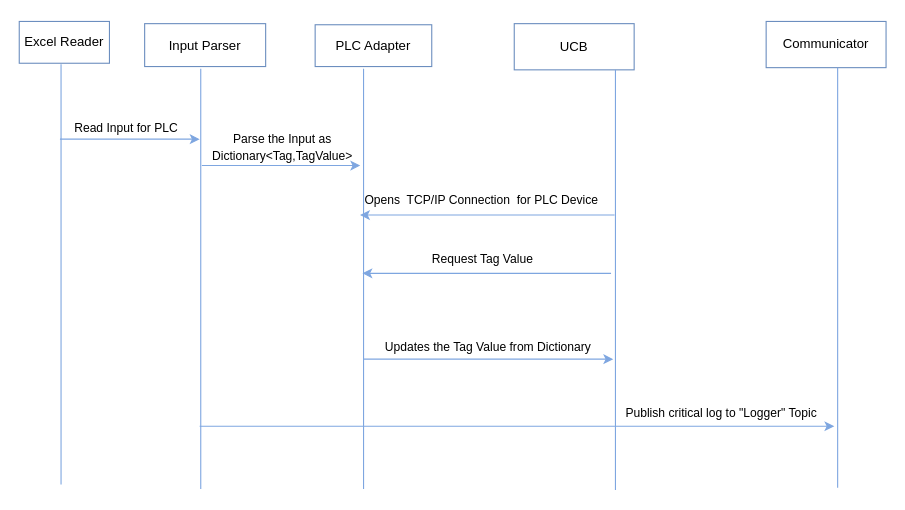
The draw.io diagram Untitled Diagram.drawio in srawat19/Steris-Project, before the edit. Source tidied: cells renumbered, new cells numbered last; positions are measured from the earlier drawing's top-left corner, leaving out a move shared by most shapes. Both pictures are drawn from the tidied source at 110%, with x=0, y=0 at pixel (19, 21).
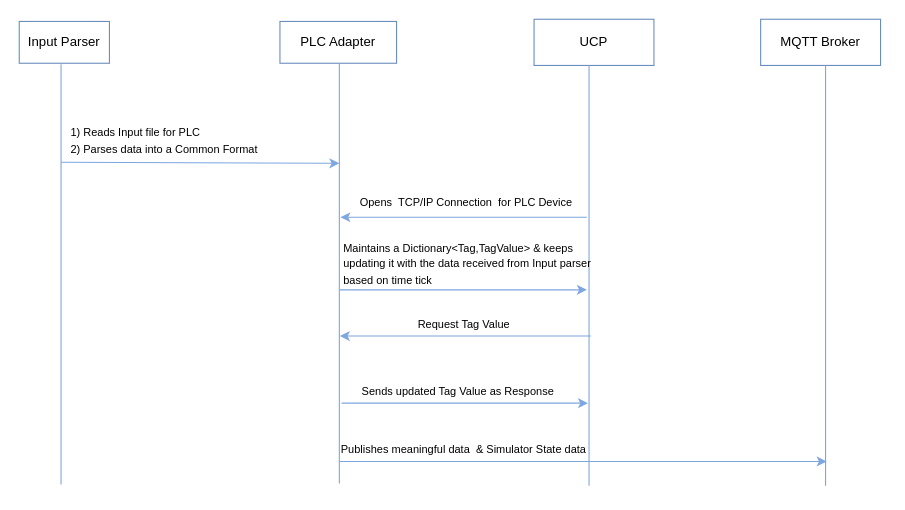
The same diagram, later.

Commit message:
New PLC Sequence Diagram.drawio

The edit, as a diff of the source:
```diff
@@
-    <mxCell id="2" value="Excel Reader" style="rounded=0;whiteSpace=wrap;html=1;fillColor=none;strokeColor=#6c8ebf;" parent="1" vertex="1">
+    <mxCell id="2" value="Input Parser" style="rounded=0;whiteSpace=wrap;html=1;fillColor=none;strokeColor=#6c8ebf;" parent="1" vertex="1">
       <mxGeometry width="82" height="38" as="geometry" />
     </mxCell>
-    <mxCell id="3" value="Input Parser" style="rounded=0;whiteSpace=wrap;html=1;fillColor=none;strokeColor=#6c8ebf;" parent="1" vertex="1">
-      <mxGeometry x="114" y="2" width="110" height="39" as="geometry" />
-    </mxCell>
     <mxCell id="4" value="PLC Adapter" style="rounded=0;whiteSpace=wrap;html=1;fillColor=none;strokeColor=#6c8ebf;" parent="1" vertex="1">
-      <mxGeometry x="269" y="3" width="106" height="38" as="geometry" />
+      <mxGeometry x="237" width="106" height="38" as="geometry" />
     </mxCell>
-    <mxCell id="5" value="UCB" style="rounded=0;whiteSpace=wrap;html=1;fillColor=none;strokeColor=#6c8ebf;" parent="1" vertex="1">
-      <mxGeometry x="450" y="2" width="109" height="42" as="geometry" />
+    <mxCell id="5" value="UCP" style="rounded=0;whiteSpace=wrap;html=1;fillColor=none;strokeColor=#6c8ebf;" parent="1" vertex="1">
+      <mxGeometry x="468" y="-2" width="109" height="42" as="geometry" />
     </mxCell>
@@
-    <mxCell id="7" style="endArrow=none;html=1;fontStyle=1;strokeColor=#7EA6E0;" parent="1" edge="1">
-      <mxGeometry relative="1" as="geometry">
-        <mxPoint x="165" y="425" as="sourcePoint" />
-        <mxPoint x="165" y="43" as="targetPoint" />
-      </mxGeometry>
-    </mxCell>
-    <mxCell id="8" style="endArrow=classic;html=1;strokeColor=#7EA6E0;" parent="1" edge="1">
-      <mxGeometry relative="1" as="geometry">
-        <mxPoint x="37" y="107" as="sourcePoint" />
-        <mxPoint x="164" y="107" as="targetPoint" />
-      </mxGeometry>
-    </mxCell>
-    <mxCell id="9" value="&lt;font style=&quot;font-size: 11px&quot;&gt;Read Input for PLC&lt;/font&gt;" style="text;html=1;align=center;verticalAlign=middle;" parent="1" vertex="1">
-      <mxGeometry x="45" y="88" width="104" height="18" as="geometry" />
-    </mxCell>
-    <mxCell id="10" style="endArrow=classic;html=1;strokeColor=#7EA6E0;" parent="1" edge="1">
-      <mxGeometry relative="1" as="geometry">
-        <mxPoint x="166" y="131" as="sourcePoint" />
-        <mxPoint x="310" y="131" as="targetPoint" />
-      </mxGeometry>
-    </mxCell>
-    <mxCell id="11" value="&lt;font style=&quot;font-size: 11px&quot;&gt;Parse the Input as&lt;br&gt;Dictionary&amp;lt;Tag,TagValue&amp;gt;&lt;/font&gt;" style="text;html=1;align=center;verticalAlign=middle;" parent="1" vertex="1">
-      <mxGeometry x="170" y="98" width="138" height="32" as="geometry" />
-    </mxCell>
     <mxCell id="12" style="endArrow=none;html=1;fontStyle=1;strokeColor=#7EA6E0;" parent="1" edge="1">
       <mxGeometry relative="1" as="geometry">
-        <mxPoint x="313" y="425" as="sourcePoint" />
-        <mxPoint x="313" y="43" as="targetPoint" />
+        <mxPoint x="291" y="420" as="sourcePoint" />
+        <mxPoint x="291" y="38" as="targetPoint" />
       </mxGeometry>
     </mxCell>
     <mxCell id="13" style="endArrow=classic;html=1;strokeColor=#7EA6E0;" parent="1" edge="1">
       <mxGeometry relative="1" as="geometry">
-        <mxPoint x="541.2" y="176" as="sourcePoint" />
-        <mxPoint x="309.8" y="176" as="targetPoint" />
+        <mxPoint x="516" y="178" as="sourcePoint" />
+        <mxPoint x="292" y="178" as="targetPoint" />
       </mxGeometry>
     </mxCell>
-    <mxCell id="14" value="&lt;font&gt;&lt;font style=&quot;font-size: 11px&quot;&gt;Opens&amp;nbsp; TCP/IP Connection&amp;nbsp; for PLC Device&lt;/font&gt;&lt;br&gt;&lt;/font&gt;" style="text;html=1;align=center;verticalAlign=middle;" parent="1" vertex="1">
-      <mxGeometry x="309" y="153" width="222" height="18" as="geometry" />
+    <mxCell id="14" value="&lt;font&gt;&lt;font style=&quot;font-size: 10px&quot;&gt;Opens&amp;nbsp; TCP/IP Connection&amp;nbsp; for PLC Device&lt;/font&gt;&lt;br&gt;&lt;/font&gt;" style="text;html=1;align=center;verticalAlign=middle;" parent="1" vertex="1">
+      <mxGeometry x="304" y="155" width="203" height="18" as="geometry" />
     </mxCell>
     <mxCell id="15" style="endArrow=none;html=1;fontStyle=1;strokeColor=#7EA6E0;" parent="1" edge="1">
       <mxGeometry relative="1" as="geometry">
-        <mxPoint x="542" y="426" as="sourcePoint" />
-        <mxPoint x="542" y="44" as="targetPoint" />
+        <mxPoint x="518" y="422" as="sourcePoint" />
+        <mxPoint x="518" y="40" as="targetPoint" />
       </mxGeometry>
     </mxCell>
     <mxCell id="16" style="endArrow=classic;html=1;strokeColor=#7EA6E0;" parent="1" edge="1">
       <mxGeometry relative="1" as="geometry">
-        <mxPoint x="538" y="229" as="sourcePoint" />
-        <mxPoint x="312" y="229" as="targetPoint" />
+        <mxPoint x="519.5" y="286" as="sourcePoint" />
+        <mxPoint x="291.5" y="286" as="targetPoint" />
       </mxGeometry>
     </mxCell>
-    <mxCell id="17" value="&lt;font style=&quot;font-size: 11px&quot;&gt;Request Tag Value&lt;/font&gt;" style="text;html=1;align=center;verticalAlign=middle;" parent="1" vertex="1">
-      <mxGeometry x="369.5" y="207" width="102" height="18" as="geometry" />
+    <mxCell id="17" value="&lt;font style=&quot;font-size: 10px&quot;&gt;Request Tag Value&lt;/font&gt;" style="text;html=1;align=center;verticalAlign=middle;" parent="1" vertex="1">
+      <mxGeometry x="357" y="266" width="93" height="18" as="geometry" />
     </mxCell>
     <mxCell id="18" style="endArrow=classic;html=1;strokeColor=#7EA6E0;" parent="1" edge="1">
       <mxGeometry relative="1" as="geometry">
-        <mxPoint x="313" y="307" as="sourcePoint" />
-        <mxPoint x="540" y="307" as="targetPoint" />
+        <mxPoint x="293" y="347" as="sourcePoint" />
+        <mxPoint x="517" y="347" as="targetPoint" />
       </mxGeometry>
     </mxCell>
-    <mxCell id="19" value="&lt;font style=&quot;font-size: 11px&quot;&gt;Updates the Tag Value from Dictionary&lt;/font&gt;" style="text;html=1;align=center;verticalAlign=middle;" parent="1" vertex="1">
-      <mxGeometry x="327" y="287" width="197" height="18" as="geometry" />
+    <mxCell id="19" value="&lt;font style=&quot;font-size: 10px&quot;&gt;Sends updated Tag Value as Response&amp;nbsp;&lt;/font&gt;" style="text;html=1;align=center;verticalAlign=middle;" parent="1" vertex="1">
+      <mxGeometry x="306.5" y="327" width="187" height="18" as="geometry" />
     </mxCell>
-    <mxCell id="20" value="Communicator" style="rounded=0;whiteSpace=wrap;html=1;fillColor=none;strokeColor=#6c8ebf;" parent="1" vertex="1">
-      <mxGeometry x="679" width="109" height="42" as="geometry" />
+    <mxCell id="20" value="MQTT Broker" style="rounded=0;whiteSpace=wrap;html=1;fillColor=none;strokeColor=#6c8ebf;" parent="1" vertex="1">
+      <mxGeometry x="674" y="-2" width="109" height="42" as="geometry" />
     </mxCell>
     <mxCell id="21" style="endArrow=none;html=1;fontStyle=1;strokeColor=#7EA6E0;" parent="1" edge="1">
       <mxGeometry relative="1" as="geometry">
-        <mxPoint x="744" y="424" as="sourcePoint" />
-        <mxPoint x="744" y="42" as="targetPoint" />
+        <mxPoint x="733" y="422" as="sourcePoint" />
+        <mxPoint x="733" y="40" as="targetPoint" />
       </mxGeometry>
     </mxCell>
-    <mxCell id="22" style="endArrow=classic;html=1;strokeColor=#7EA6E0;" parent="1" edge="1">
-      <mxGeometry relative="1" as="geometry">
-        <mxPoint x="164" y="368" as="sourcePoint" />
-        <mxPoint x="741" y="368" as="targetPoint" />
-      </mxGeometry>
-    </mxCell>
-    <mxCell id="23" value="&lt;font style=&quot;font-size: 11px&quot;&gt;Publish critical log to &quot;Logger&quot; Topic&lt;/font&gt;" style="text;html=1;align=center;verticalAlign=middle;" parent="1" vertex="1">
-      <mxGeometry x="546" y="347" width="184" height="18" as="geometry" />
-    </mxCell>
+    <mxCell id="24" style="endArrow=classic;html=1;strokeColor=#7EA6E0;" parent="1" edge="1">
+      <mxGeometry relative="1" as="geometry">
+        <mxPoint x="291" y="400" as="sourcePoint" />
+        <mxPoint x="734" y="400" as="targetPoint" />
+      </mxGeometry>
+    </mxCell>
+    <mxCell id="25" style="endArrow=classic;html=1;strokeColor=#7EA6E0;" parent="1" edge="1">
+      <mxGeometry relative="1" as="geometry">
+        <mxPoint x="38" y="128" as="sourcePoint" />
+        <mxPoint x="291" y="129" as="targetPoint" />
+      </mxGeometry>
+    </mxCell>
+    <mxCell id="26" value="&lt;font style=&quot;font-size: 10px&quot;&gt;1) Reads Input file for PLC&amp;nbsp; &amp;nbsp; &amp;nbsp; &amp;nbsp; &amp;nbsp; &amp;nbsp; &amp;nbsp; &amp;nbsp; &amp;nbsp; &amp;nbsp; &amp;nbsp; &amp;nbsp; &amp;nbsp; &amp;nbsp; &amp;nbsp; &amp;nbsp; &amp;nbsp;&lt;br&gt;2) Parses data into a Common Format&amp;nbsp;&lt;/font&gt;" style="text;html=1;align=left;verticalAlign=middle;" parent="1" vertex="1">
+      <mxGeometry x="45" y="92" width="219" height="32" as="geometry" />
+    </mxCell>
+    <mxCell id="27" style="endArrow=classic;html=1;strokeColor=#7EA6E0;" parent="1" edge="1">
+      <mxGeometry relative="1" as="geometry">
+        <mxPoint x="291.5" y="244" as="sourcePoint" />
+        <mxPoint x="516" y="244" as="targetPoint" />
+        <Array as="points">
+          <mxPoint x="387.5" y="244" />
+        </Array>
+      </mxGeometry>
+    </mxCell>
+    <mxCell id="28" value="&lt;font style=&quot;font-size: 10px&quot;&gt;Maintains a &lt;font&gt;Dictionary&lt;/font&gt;&amp;lt;Tag,TagValue&amp;gt; &amp;amp; keeps &lt;br&gt;updating it with the data received from Input parser&lt;br&gt;based on time tick&lt;/font&gt;" style="text;html=1;align=left;verticalAlign=middle;" parent="1" vertex="1">
+      <mxGeometry x="293" y="197" width="235" height="46" as="geometry" />
+    </mxCell>
+    <mxCell id="29" value="&lt;div style=&quot;text-align: justify&quot;&gt;&lt;span style=&quot;font-size: 10px&quot;&gt;&amp;nbsp;Publishes&amp;nbsp;&lt;/span&gt;&lt;span style=&quot;font-size: 10px&quot;&gt;meaningful data&amp;nbsp; &amp;amp; Simulator State data&lt;/span&gt;&lt;/div&gt;" style="text;html=1;align=left;verticalAlign=middle;" parent="1" vertex="1">
+      <mxGeometry x="287.5" y="380" width="236" height="18" as="geometry" />
+    </mxCell>
```
